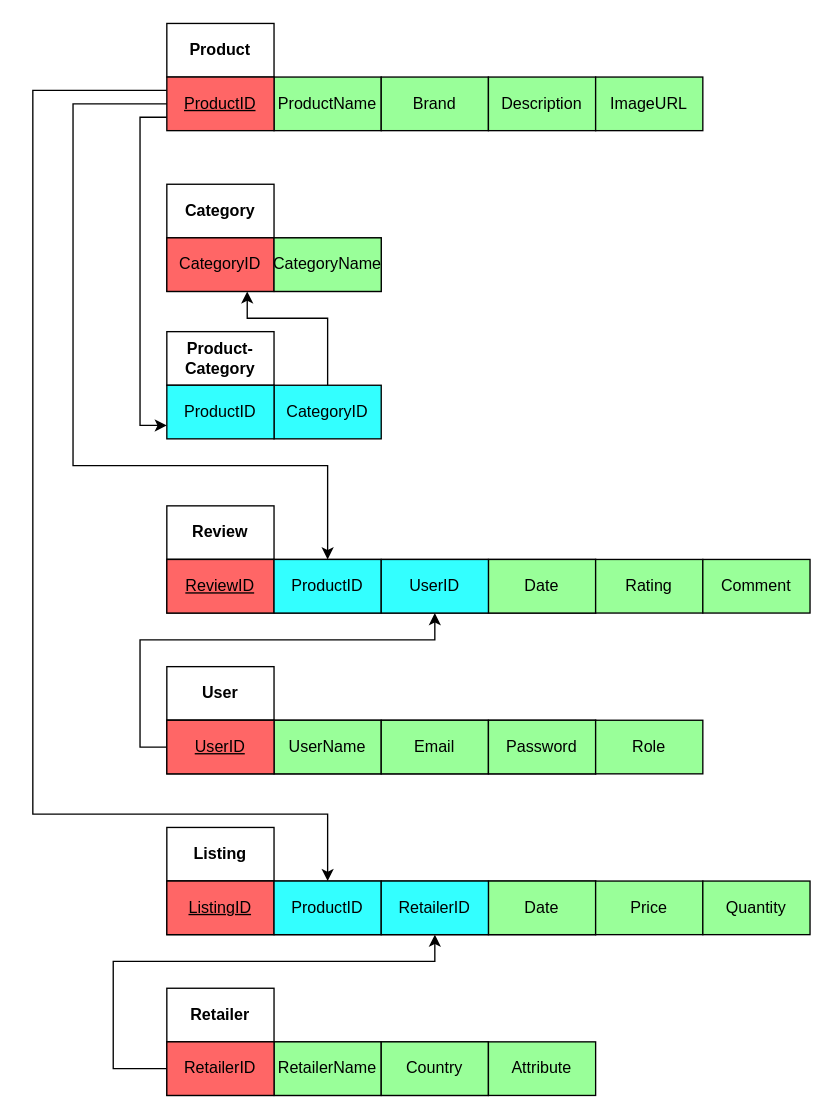
Before: Relational Schema.drawio in HamdaanMirza/Procrastinators, a draw.io diagram. Source tidied: cells renumbered, new cells numbered last; positions are measured from the earlier drawing's top-left corner, leaving out a move shared by most shapes. Both pictures are drawn from the tidied source at 134%, with x=0, y=0 at pixel (32, 23).
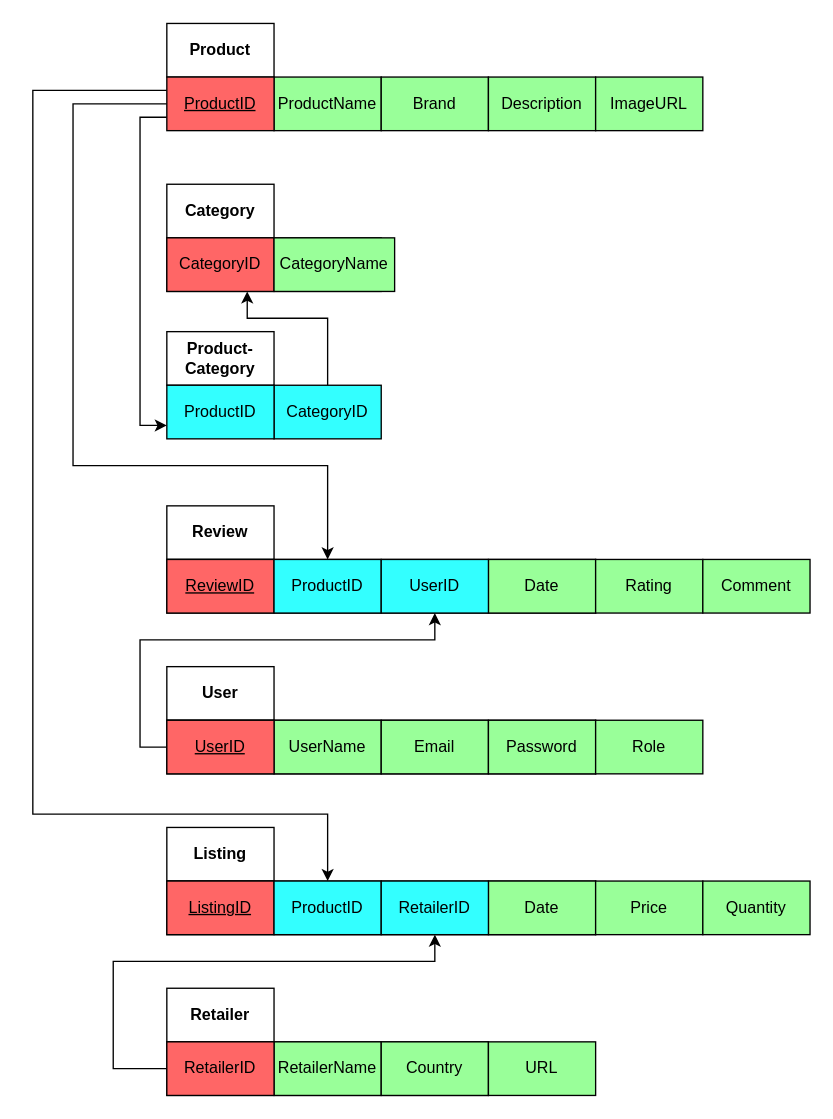
Above is the later version.

Commit message:
Changed "Attribute" in Retailer to "URL"

Change to the diagram source:
```diff
@@
     <mxCell id="32" value="CategoryName" style="rounded=0;whiteSpace=wrap;html=1;fillColor=light-dark(#99FF99,#000000);" parent="1" vertex="1">
-      <mxGeometry x="180" y="160" width="80" height="40" as="geometry" />
+      <mxGeometry x="180" y="160" width="90" height="40" as="geometry" />
     </mxCell>
-    <mxCell id="33" value="Attribute" style="rounded=0;whiteSpace=wrap;html=1;fillColor=light-dark(#99FF99,#000000);" parent="1" vertex="1">
+    <mxCell id="33" value="URL" style="rounded=0;whiteSpace=wrap;html=1;fillColor=light-dark(#99FF99,#000000);" parent="1" vertex="1">
       <mxGeometry x="340" y="760" width="80" height="40" as="geometry" />
     </mxCell>
```
